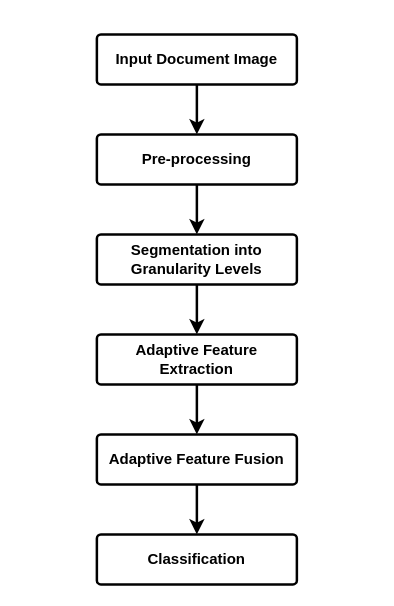
The draw.io diagram MSAFF.drawio in vinayak-k24/DrawIO, before the edit. Source tidied: cells renumbered, new cells numbered last; positions are measured from the earlier drawing's top-left corner, leaving out a move shared by most shapes. Both pictures are drawn from the tidied source at 125%, with x=0, y=0 at pixel (96, 34).
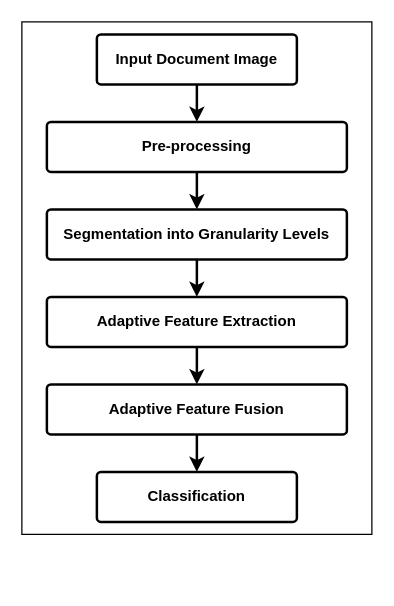
After the change.

Diff of the diagram source:
```diff
@@
 <mxGraphModel>
   <root>
     <mxCell id="0" />
     <mxCell id="1" parent="0" />
+    <mxCell id="13" style="rounded=0;whiteSpace=wrap;html=1;" parent="1" vertex="1">
+      <mxGeometry x="-60" y="-10" width="280" height="410" as="geometry" />
+    </mxCell>
     <mxCell id="2" style="edgeStyle=orthogonalEdgeStyle;rounded=0;jettySize=auto;html=1;exitX=0.5;exitY=1;exitDx=0;exitDy=0;entryX=0.5;entryY=0;entryDx=0;entryDy=0;strokeWidth=2;fontStyle=1;" parent="1" edge="1" source="3" target="5">
       <mxGeometry relative="1" as="geometry" />
     </mxCell>
     <mxCell id="3" value="Input Document Image" style="rounded=1;whiteSpace=wrap;html=1;arcSize=8;strokeWidth=2;fontStyle=1;" parent="1" vertex="1">
       <mxGeometry width="160" height="40" as="geometry" />
     </mxCell>
     <mxCell id="4" style="edgeStyle=orthogonalEdgeStyle;rounded=0;jettySize=auto;html=1;exitX=0.5;exitY=1;exitDx=0;exitDy=0;entryX=0.5;entryY=0;entryDx=0;entryDy=0;strokeWidth=2;fontStyle=1;" parent="1" edge="1" source="5" target="7">
       <mxGeometry relative="1" as="geometry" />
     </mxCell>
     <mxCell id="5" value="Pre-processing" style="rounded=1;whiteSpace=wrap;html=1;arcSize=8;strokeWidth=2;fontStyle=1;" parent="1" vertex="1">
-      <mxGeometry y="80" width="160" height="40" as="geometry" />
+      <mxGeometry x="-40" y="70" width="240" height="40" as="geometry" />
     </mxCell>
     <mxCell id="6" style="edgeStyle=orthogonalEdgeStyle;rounded=0;jettySize=auto;html=1;exitX=0.5;exitY=1;exitDx=0;exitDy=0;entryX=0.5;entryY=0;entryDx=0;entryDy=0;strokeWidth=2;fontStyle=1;" parent="1" edge="1" source="7" target="9">
       <mxGeometry relative="1" as="geometry" />
     </mxCell>
     <mxCell id="7" value="Segmentation into Granularity Levels" style="rounded=1;whiteSpace=wrap;html=1;arcSize=8;strokeWidth=2;fontStyle=1;" parent="1" vertex="1">
-      <mxGeometry y="160" width="160" height="40" as="geometry" />
+      <mxGeometry x="-40" y="140" width="240" height="40" as="geometry" />
     </mxCell>
     <mxCell id="8" style="edgeStyle=orthogonalEdgeStyle;rounded=0;jettySize=auto;html=1;exitX=0.5;exitY=1;exitDx=0;exitDy=0;entryX=0.5;entryY=0;entryDx=0;entryDy=0;strokeWidth=2;fontStyle=1;" parent="1" edge="1" source="9" target="11">
       <mxGeometry relative="1" as="geometry" />
     </mxCell>
     <mxCell id="9" value="Adaptive Feature Extraction" style="rounded=1;whiteSpace=wrap;html=1;arcSize=8;strokeWidth=2;fontStyle=1;" parent="1" vertex="1">
-      <mxGeometry y="240" width="160" height="40" as="geometry" />
+      <mxGeometry x="-40" y="210" width="240" height="40" as="geometry" />
     </mxCell>
     <mxCell id="10" style="edgeStyle=orthogonalEdgeStyle;rounded=0;jettySize=auto;html=1;exitX=0.5;exitY=1;exitDx=0;exitDy=0;entryX=0.5;entryY=0;entryDx=0;entryDy=0;strokeWidth=2;fontStyle=1;" parent="1" edge="1" source="11" target="12">
       <mxGeometry relative="1" as="geometry" />
     </mxCell>
     <mxCell id="11" value="Adaptive Feature Fusion" style="rounded=1;whiteSpace=wrap;html=1;arcSize=8;strokeWidth=2;fontStyle=1;" parent="1" vertex="1">
-      <mxGeometry y="320" width="160" height="40" as="geometry" />
+      <mxGeometry x="-40" y="280" width="240" height="40" as="geometry" />
     </mxCell>
     <mxCell id="12" value="Classification" style="rounded=1;whiteSpace=wrap;html=1;arcSize=8;strokeWidth=2;fontStyle=1;" parent="1" vertex="1">
-      <mxGeometry y="400" width="160" height="40" as="geometry" />
+      <mxGeometry y="350" width="160" height="40" as="geometry" />
     </mxCell>
   </root>
 </mxGraphModel>
```
